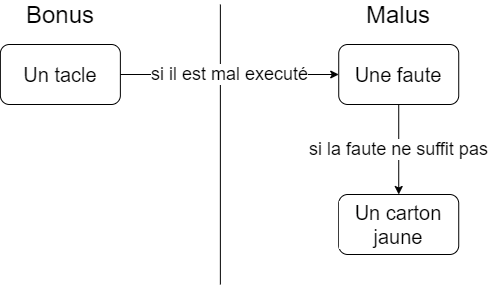
This is doc/img/schemaTacleFaute.png from DavidPlnmr/football-prediction, a draw.io export, as it was before one commit. Source tidied: cells renumbered, new cells last; positions are measured from the earlier drawing's top-left corner, leaving out a move shared by most shapes.
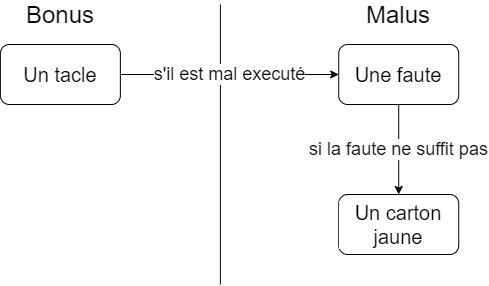
The same file after the commit.

Change to the diagram source:
```diff
@@ -23,7 +23,7 @@
     <mxCell id="7" value="Un carton jaune" style="rounded=1;whiteSpace=wrap;html=1;fontSize=20;strokeWidth=1;labelBackgroundColor=#FFFFFF;" parent="1" vertex="1">
       <mxGeometry x="338.2" y="190" width="120" height="60" as="geometry" />
     </mxCell>
-    <mxCell id="8" value="&lt;font style=&quot;font-size: 18px;&quot;&gt;si il est mal executé&lt;/font&gt;" style="endArrow=classic;html=1;fontSize=18;fontColor=#000000;strokeColor=#000000;exitX=1;exitY=0.5;exitDx=0;exitDy=0;entryX=0;entryY=0.5;entryDx=0;entryDy=0;" parent="1" edge="1" source="5" target="6">
+    <mxCell id="8" value="&lt;font style=&quot;font-size: 18px&quot;&gt;s'il est mal executé&lt;/font&gt;" style="endArrow=classic;html=1;fontSize=18;fontColor=#000000;strokeColor=#000000;exitX=1;exitY=0.5;exitDx=0;exitDy=0;entryX=0;entryY=0.5;entryDx=0;entryDy=0;" parent="1" edge="1" source="5" target="6">
       <mxGeometry relative="1" as="geometry" />
     </mxCell>
     <mxCell id="9" value="&lt;font style=&quot;font-size: 18px&quot;&gt;si la faute ne suffit pas&lt;/font&gt;" style="endArrow=classic;html=1;fontSize=18;fontColor=#000000;strokeColor=#000000;exitX=0.5;exitY=1;exitDx=0;exitDy=0;entryX=0.5;entryY=0;entryDx=0;entryDy=0;" parent="1" edge="1" source="6" target="7">
```
